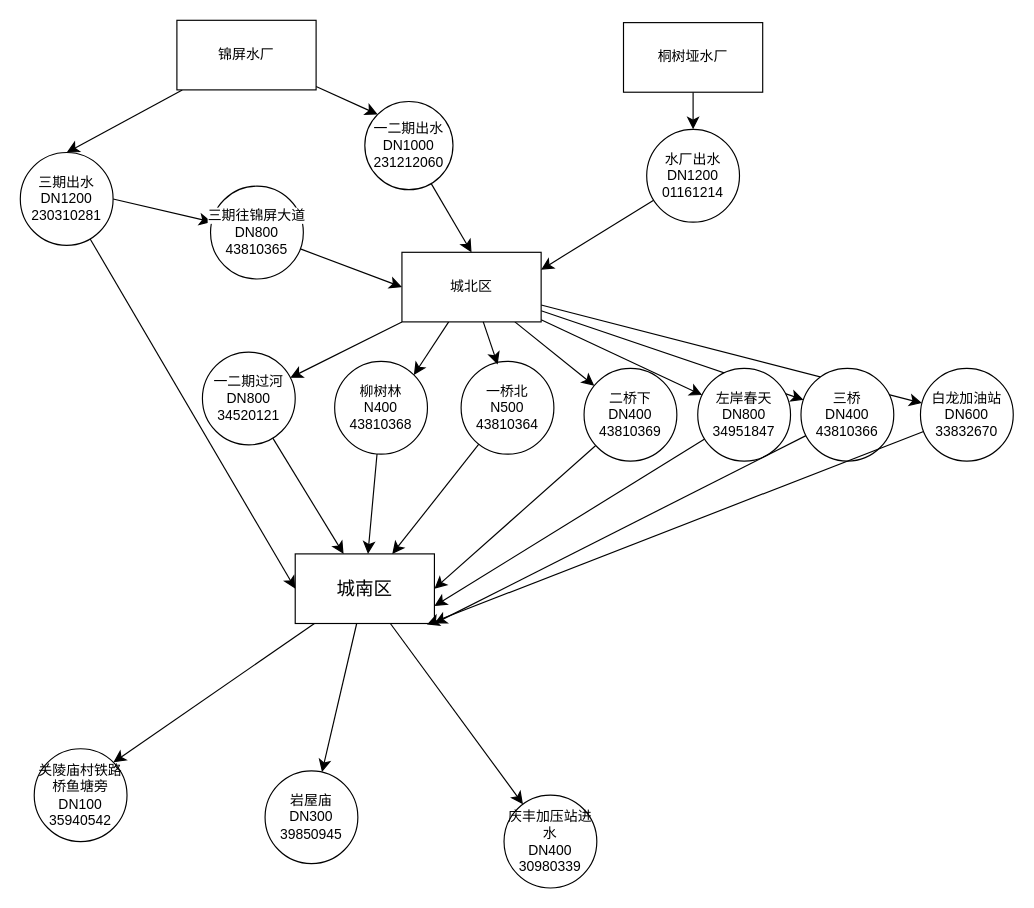
Before: 当阳分区草图.drawio in Z-oney/CS-Notes, a draw.io diagram. Source tidied: cells renumbered, new cells numbered last; positions are measured from the earlier drawing's top-left corner, leaving out a move shared by most shapes. Both pictures are drawn from the tidied source at 116%, with x=0, y=0 at pixel (20, 20).
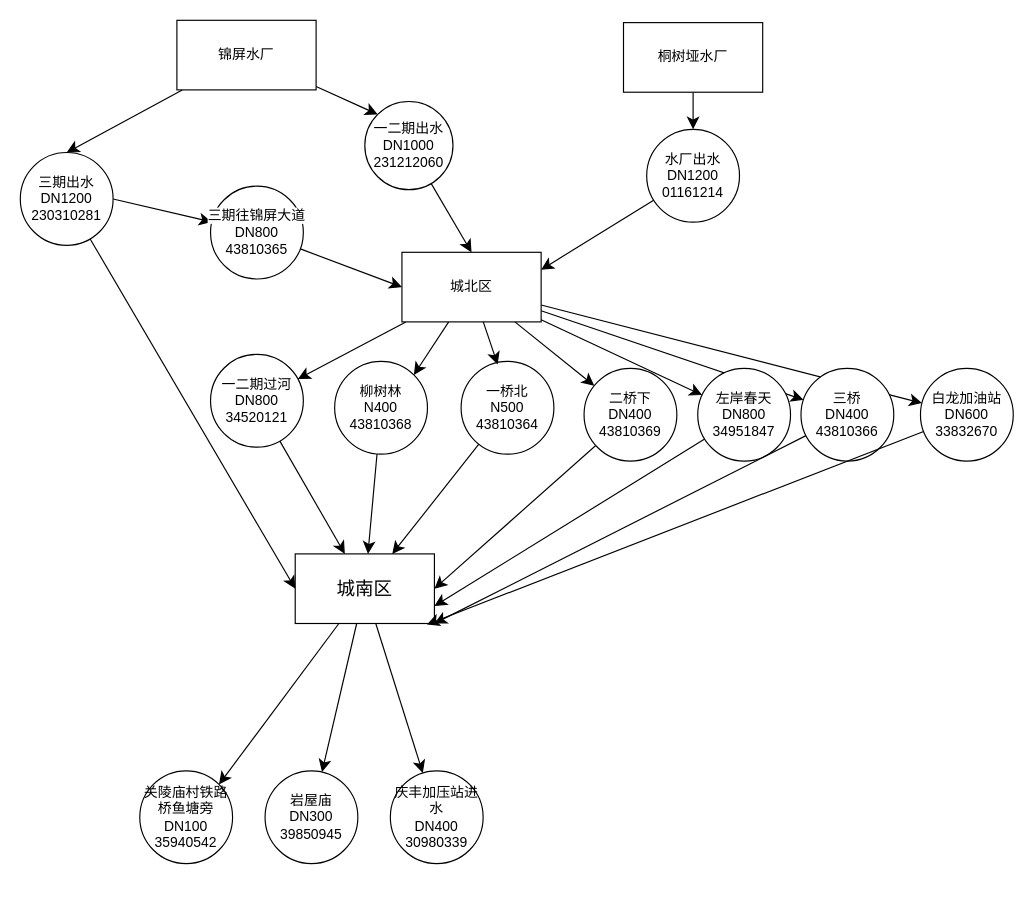
The same page after the edit.

Commit message (it also covers changes not shown here):
更新当阳分区草图.drawio

What changed in the source:
```diff
@@
-    <mxCell id="28" value="&lt;div&gt;一二期过河&lt;/div&gt;&lt;div&gt;DN800&lt;/div&gt;&lt;div&gt;34520121&lt;/div&gt;" style="ellipse;whiteSpace=wrap;html=1;" parent="1" vertex="1">
-      <mxGeometry x="157" y="286" width="80" height="80" as="geometry" />
+    <mxCell id="28" value="&lt;div&gt;一二期过河&lt;/div&gt;&lt;div&gt;DN800&lt;/div&gt;&lt;div&gt;34520121&lt;/div&gt;" style="ellipse;whiteSpace=wrap;html=1;direction=south;" parent="1" vertex="1">
+      <mxGeometry x="164" y="288" width="80" height="80" as="geometry" />
     </mxCell>
@@
     <mxCell id="42" value="&lt;div&gt;关陵庙村铁路桥鱼塘旁&lt;/div&gt;&lt;div&gt;DN100&lt;/div&gt;&lt;div&gt;35940542&lt;/div&gt;" style="ellipse;whiteSpace=wrap;html=1;" parent="1" vertex="1">
-      <mxGeometry x="12" y="628" width="80" height="80" as="geometry" />
+      <mxGeometry x="103" y="647" width="80" height="80" as="geometry" />
     </mxCell>
@@
     <mxCell id="44" value="&lt;div&gt;庆丰加压站进水&lt;/div&gt;&lt;div&gt;DN400&lt;/div&gt;&lt;div&gt;30980339&lt;/div&gt;" style="ellipse;whiteSpace=wrap;html=1;" parent="1" vertex="1">
-      <mxGeometry x="417" y="668" width="80" height="80" as="geometry" />
+      <mxGeometry x="319" y="647" width="80" height="80" as="geometry" />
     </mxCell>
```
